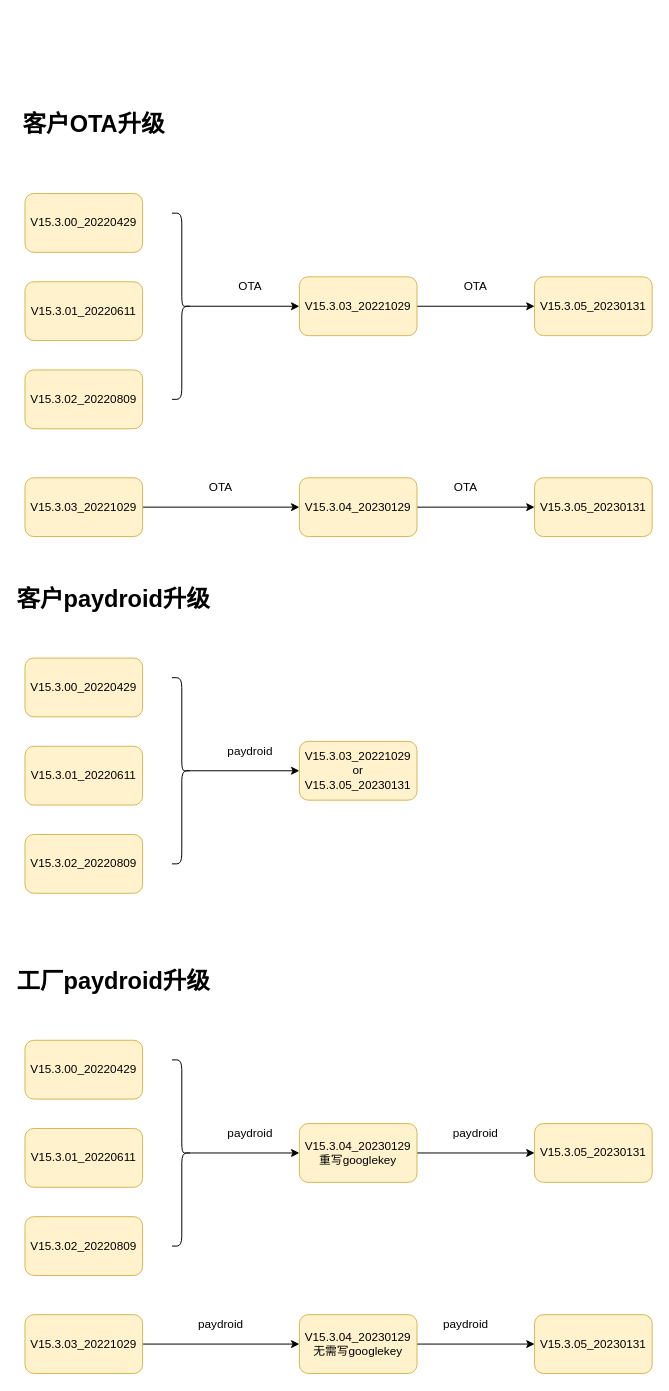
This is src/0003_GMS_certification/docs/drawio/tee兼容方案.drawio from antony20140106/wuguangnan110.github.io, a draw.io file, before an edit. Source tidied: cells renumbered, new cells numbered last; positions are measured from the earlier drawing's top-left corner, leaving out a move shared by most shapes. Both pictures are drawn from the tidied source at 98%, with x=0, y=0 at pixel (24, 105).
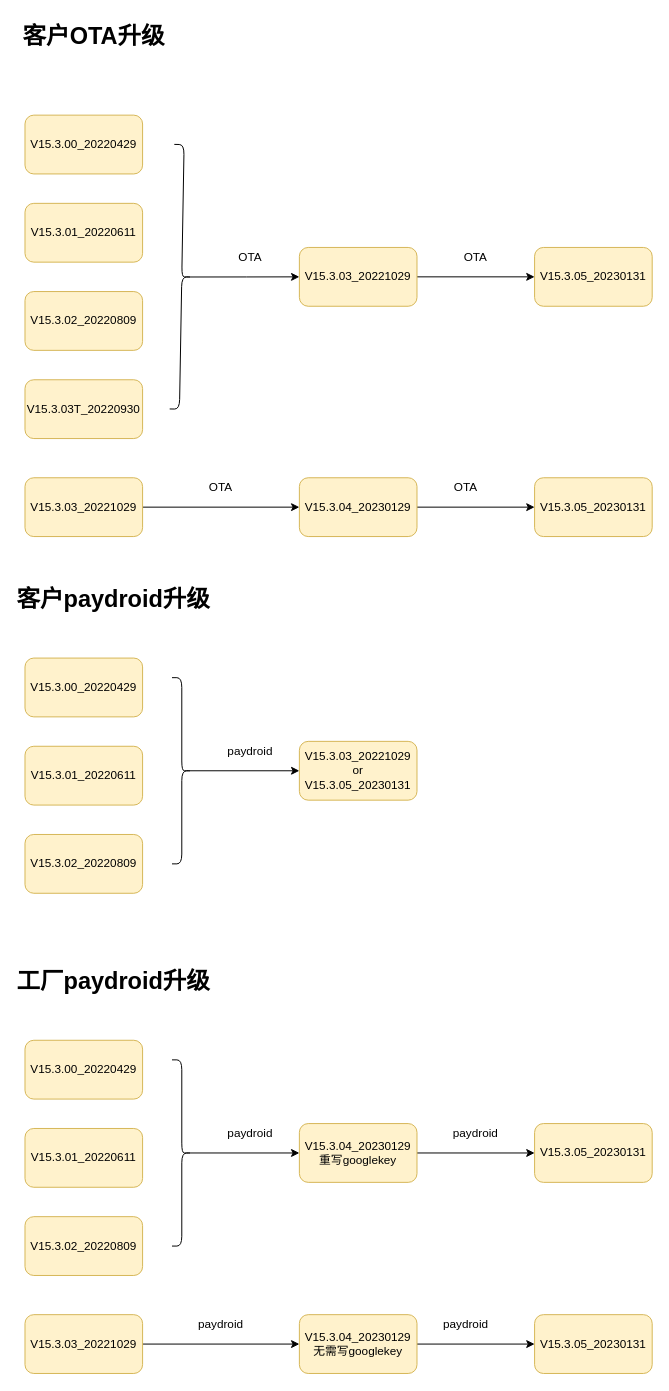
The same diagram, later.

What changed in the source:
```diff
@@
     <mxCell id="2" value="V15.3.00_20220429" style="rounded=1;whiteSpace=wrap;html=1;fillColor=#fff2cc;strokeColor=#d6b656;" parent="1" vertex="1">
-      <mxGeometry y="90" width="120" height="60" as="geometry" />
+      <mxGeometry y="10" width="120" height="60" as="geometry" />
     </mxCell>
     <mxCell id="3" value="V15.3.02_20220809" style="rounded=1;whiteSpace=wrap;html=1;fillColor=#fff2cc;strokeColor=#d6b656;" parent="1" vertex="1">
-      <mxGeometry y="270" width="120" height="60" as="geometry" />
+      <mxGeometry y="190" width="120" height="60" as="geometry" />
     </mxCell>
     <mxCell id="4" value="V15.3.01_20220611" style="rounded=1;whiteSpace=wrap;html=1;fillColor=#fff2cc;strokeColor=#d6b656;" parent="1" vertex="1">
-      <mxGeometry y="180" width="120" height="60" as="geometry" />
+      <mxGeometry y="100" width="120" height="60" as="geometry" />
     </mxCell>
@@
-    <mxCell id="6" style="shape=curlyBracket;whiteSpace=wrap;html=1;rounded=1;direction=west;" parent="1" vertex="1">
-      <mxGeometry x="150" y="110" width="20" height="190" as="geometry" />
+    <mxCell id="6" style="shape=curlyBracket;whiteSpace=wrap;html=1;rounded=1;direction=west;rotation=1;" parent="1" vertex="1">
+      <mxGeometry x="150" y="40" width="20" height="270" as="geometry" />
     </mxCell>
@@
     <mxCell id="8" value="V15.3.03_20221029" style="rounded=1;whiteSpace=wrap;html=1;fillColor=#fff2cc;strokeColor=#d6b656;" parent="1" vertex="1">
-      <mxGeometry x="280" y="175" width="120" height="60" as="geometry" />
+      <mxGeometry x="280" y="145" width="120" height="60" as="geometry" />
     </mxCell>
     <mxCell id="9" value="客户OTA升级" style="text;strokeColor=none;fillColor=none;html=1;fontSize=24;fontStyle=1;verticalAlign=middle;align=center;" parent="1" vertex="1">
-      <mxGeometry x="20" width="100" height="40" as="geometry" />
+      <mxGeometry x="20" y="-90" width="100" height="40" as="geometry" />
     </mxCell>
     <mxCell id="10" value="OTA" style="text;html=1;strokeColor=none;fillColor=none;align=center;verticalAlign=middle;whiteSpace=wrap;rounded=0;" parent="1" vertex="1">
-      <mxGeometry x="210" y="175" width="40" height="20" as="geometry" />
+      <mxGeometry x="210" y="145" width="40" height="20" as="geometry" />
     </mxCell>
     <mxCell id="11" value="V15.3.05_20230131" style="rounded=1;whiteSpace=wrap;html=1;fillColor=#fff2cc;strokeColor=#d6b656;" parent="1" vertex="1">
-      <mxGeometry x="520" y="175" width="120" height="60" as="geometry" />
+      <mxGeometry x="520" y="145" width="120" height="60" as="geometry" />
     </mxCell>
     <mxCell id="12" value="OTA" style="text;html=1;strokeColor=none;fillColor=none;align=center;verticalAlign=middle;whiteSpace=wrap;rounded=0;" parent="1" vertex="1">
-      <mxGeometry x="440" y="175" width="40" height="20" as="geometry" />
+      <mxGeometry x="440" y="145" width="40" height="20" as="geometry" />
     </mxCell>
@@
+    <mxCell id="46" value="V15.3.03T_20220930" style="rounded=1;whiteSpace=wrap;html=1;fillColor=#fff2cc;strokeColor=#d6b656;" parent="1" vertex="1">
+      <mxGeometry y="280" width="120" height="60" as="geometry" />
+    </mxCell>
```
